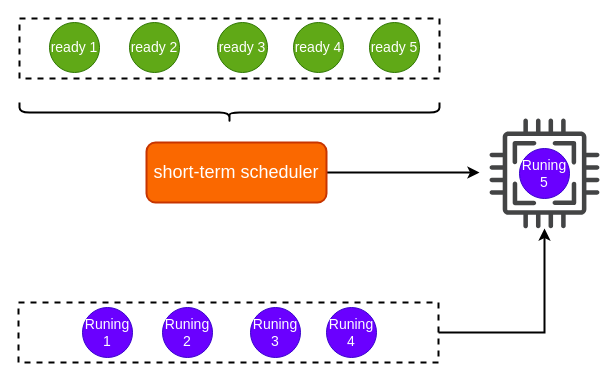
The draw.io diagram short-term-scheduling.drawio in auula/draw.io, before the edit. Source tidied: cells renumbered, new cells numbered last; positions are measured from the earlier drawing's top-left corner, leaving out a move shared by most shapes. Both pictures are drawn from the tidied source at 100%, with x=0, y=0 at pixel (18, -98).
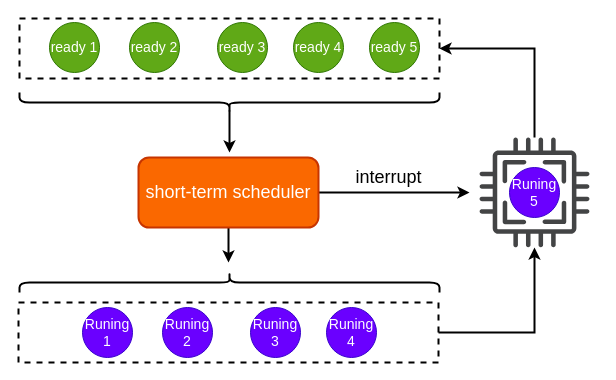
The same diagram, later.

Unchanged cells that the change refers to:
```xml
<mxCell id="2" style="rounded=0;whiteSpace=wrap;html=1;strokeWidth=2;dashed=1;gradientColor=none;fillColor=none;" parent="1" vertex="1">
  <mxGeometry x="1" y="116" width="420" height="60" as="geometry" />
</mxCell>
<mxCell id="19" style="sketch=0;shadow=0;dashed=0;html=1;strokeColor=none;fillColor=#434445;labelPosition=center;verticalLabelPosition=bottom;verticalAlign=top;align=center;outlineConnect=0;shape=mxgraph.vvd.cpu;fontSize=14;" parent="17" vertex="1">
  <mxGeometry width="110" height="110" as="geometry" />
</mxCell>
```

Diff of the diagram source:
```diff
@@
-    <mxCell id="14" style="edgeStyle=orthogonalEdgeStyle;rounded=0;jettySize=auto;html=1;fontSize=18;fontColor=#FFFFFF;strokeWidth=2;" parent="1" edge="1" source="15">
-      <mxGeometry relative="1" as="geometry">
-        <mxPoint x="461" y="270" as="targetPoint" />
-      </mxGeometry>
-    </mxCell>
+    <mxCell id="20" style="edgeStyle=orthogonalEdgeStyle;rounded=0;jettySize=auto;html=1;exitX=0.5;exitY=1;exitDx=0;exitDy=0;fontSize=18;fontColor=#FFFFFF;strokeWidth=2;" parent="1" edge="1" source="15">
+      <mxGeometry relative="1" as="geometry">
+        <mxPoint x="210" y="360" as="targetPoint" />
+      </mxGeometry>
+    </mxCell>
+    <mxCell id="21" style="edgeStyle=orthogonalEdgeStyle;rounded=0;jettySize=auto;html=1;fontSize=18;fontColor=#FFFFFF;strokeWidth=2;" parent="1" edge="1" source="15">
+      <mxGeometry relative="1" as="geometry">
+        <mxPoint x="451" y="290" as="targetPoint" />
+      </mxGeometry>
+    </mxCell>
     <mxCell id="15" value="&lt;font style=&quot;font-size: 18px;&quot; color=&quot;#ffffff&quot;&gt;short-term scheduler&lt;/font&gt;" style="rounded=1;whiteSpace=wrap;html=1;fontSize=14;strokeWidth=2;fillColor=#fa6800;fontColor=#000000;strokeColor=#C73500;" parent="1" vertex="1">
-      <mxGeometry x="128" y="240" width="180" height="60" as="geometry" />
+      <mxGeometry x="120" y="255" width="180" height="70" as="geometry" />
     </mxCell>
-    <mxCell id="16" style="shape=curlyBracket;whiteSpace=wrap;html=1;rounded=1;fontSize=18;fontColor=#FFFFFF;strokeWidth=2;fillColor=default;gradientColor=none;rotation=-90;" parent="1" vertex="1">
-      <mxGeometry x="201" width="20" height="420" as="geometry" />
-    </mxCell>
     <mxCell id="17" style="group;" parent="1" vertex="1">
-      <mxGeometry x="471" y="216" width="110" height="110" as="geometry" />
+      <mxGeometry x="461" y="235" width="110" height="110" as="geometry" />
     </mxCell>
@@
+    <mxCell id="22" style="edgeStyle=orthogonalEdgeStyle;rounded=0;jettySize=auto;html=1;entryX=1;entryY=0.5;entryDx=0;entryDy=0;fontSize=18;fontColor=#FFFFFF;strokeWidth=2;" parent="1" edge="1" source="19" target="2">
+      <mxGeometry relative="1" as="geometry">
+        <Array as="points">
+          <mxPoint x="516" y="146" />
+        </Array>
+      </mxGeometry>
+    </mxCell>
+    <mxCell id="23" style="edgeStyle=orthogonalEdgeStyle;rounded=0;jettySize=auto;html=1;exitX=0.1;exitY=0.5;exitDx=0;exitDy=0;exitPerimeter=0;fontSize=18;fontColor=#FFFFFF;strokeWidth=2;" parent="1" edge="1" source="24">
+      <mxGeometry relative="1" as="geometry">
+        <mxPoint x="211" y="250" as="targetPoint" />
+      </mxGeometry>
+    </mxCell>
+    <mxCell id="24" style="shape=curlyBracket;whiteSpace=wrap;html=1;rounded=1;fontSize=18;fontColor=#FFFFFF;strokeWidth=2;fillColor=default;gradientColor=none;rotation=-90;" parent="1" vertex="1">
+      <mxGeometry x="201" y="-10" width="20" height="420" as="geometry" />
+    </mxCell>
+    <mxCell id="25" style="shape=curlyBracket;whiteSpace=wrap;html=1;rounded=1;fontSize=18;fontColor=#FFFFFF;strokeWidth=2;fillColor=default;gradientColor=none;rotation=90;" parent="1" vertex="1">
+      <mxGeometry x="201" y="170" width="20" height="420" as="geometry" />
+    </mxCell>
+    <mxCell id="26" value="&lt;font color=&quot;#000000&quot;&gt;interrupt&lt;/font&gt;" style="text;html=1;align=center;verticalAlign=middle;strokeColor=none;fillColor=none;fontSize=18;fontColor=#FFFFFF;" parent="1" vertex="1">
+      <mxGeometry x="325" y="255" width="90" height="40" as="geometry" />
+    </mxCell>
```
